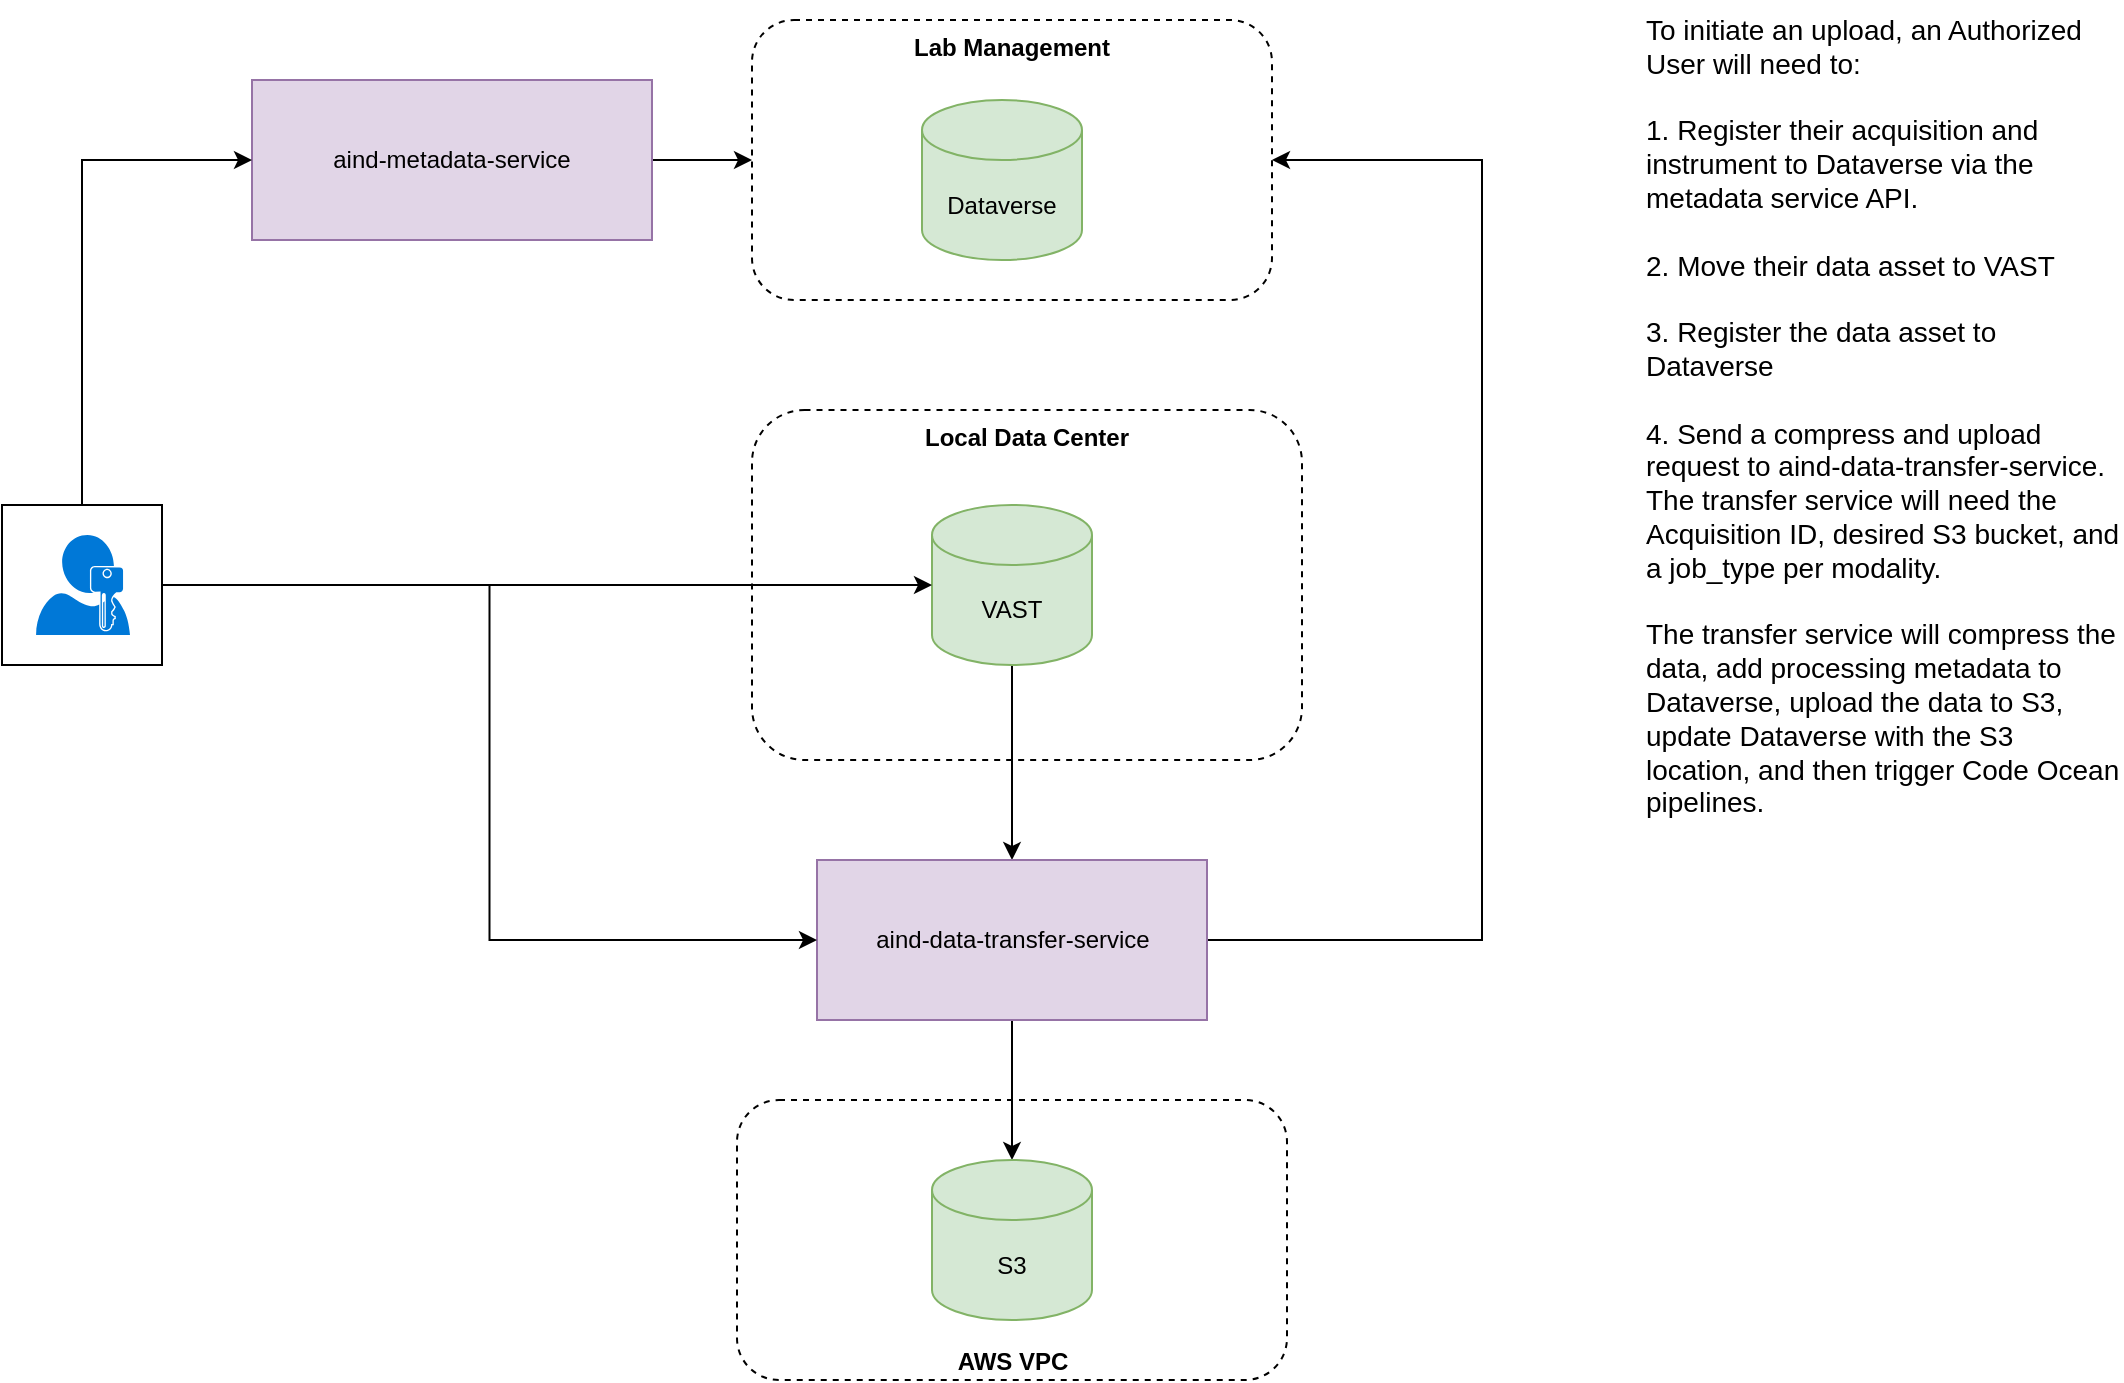
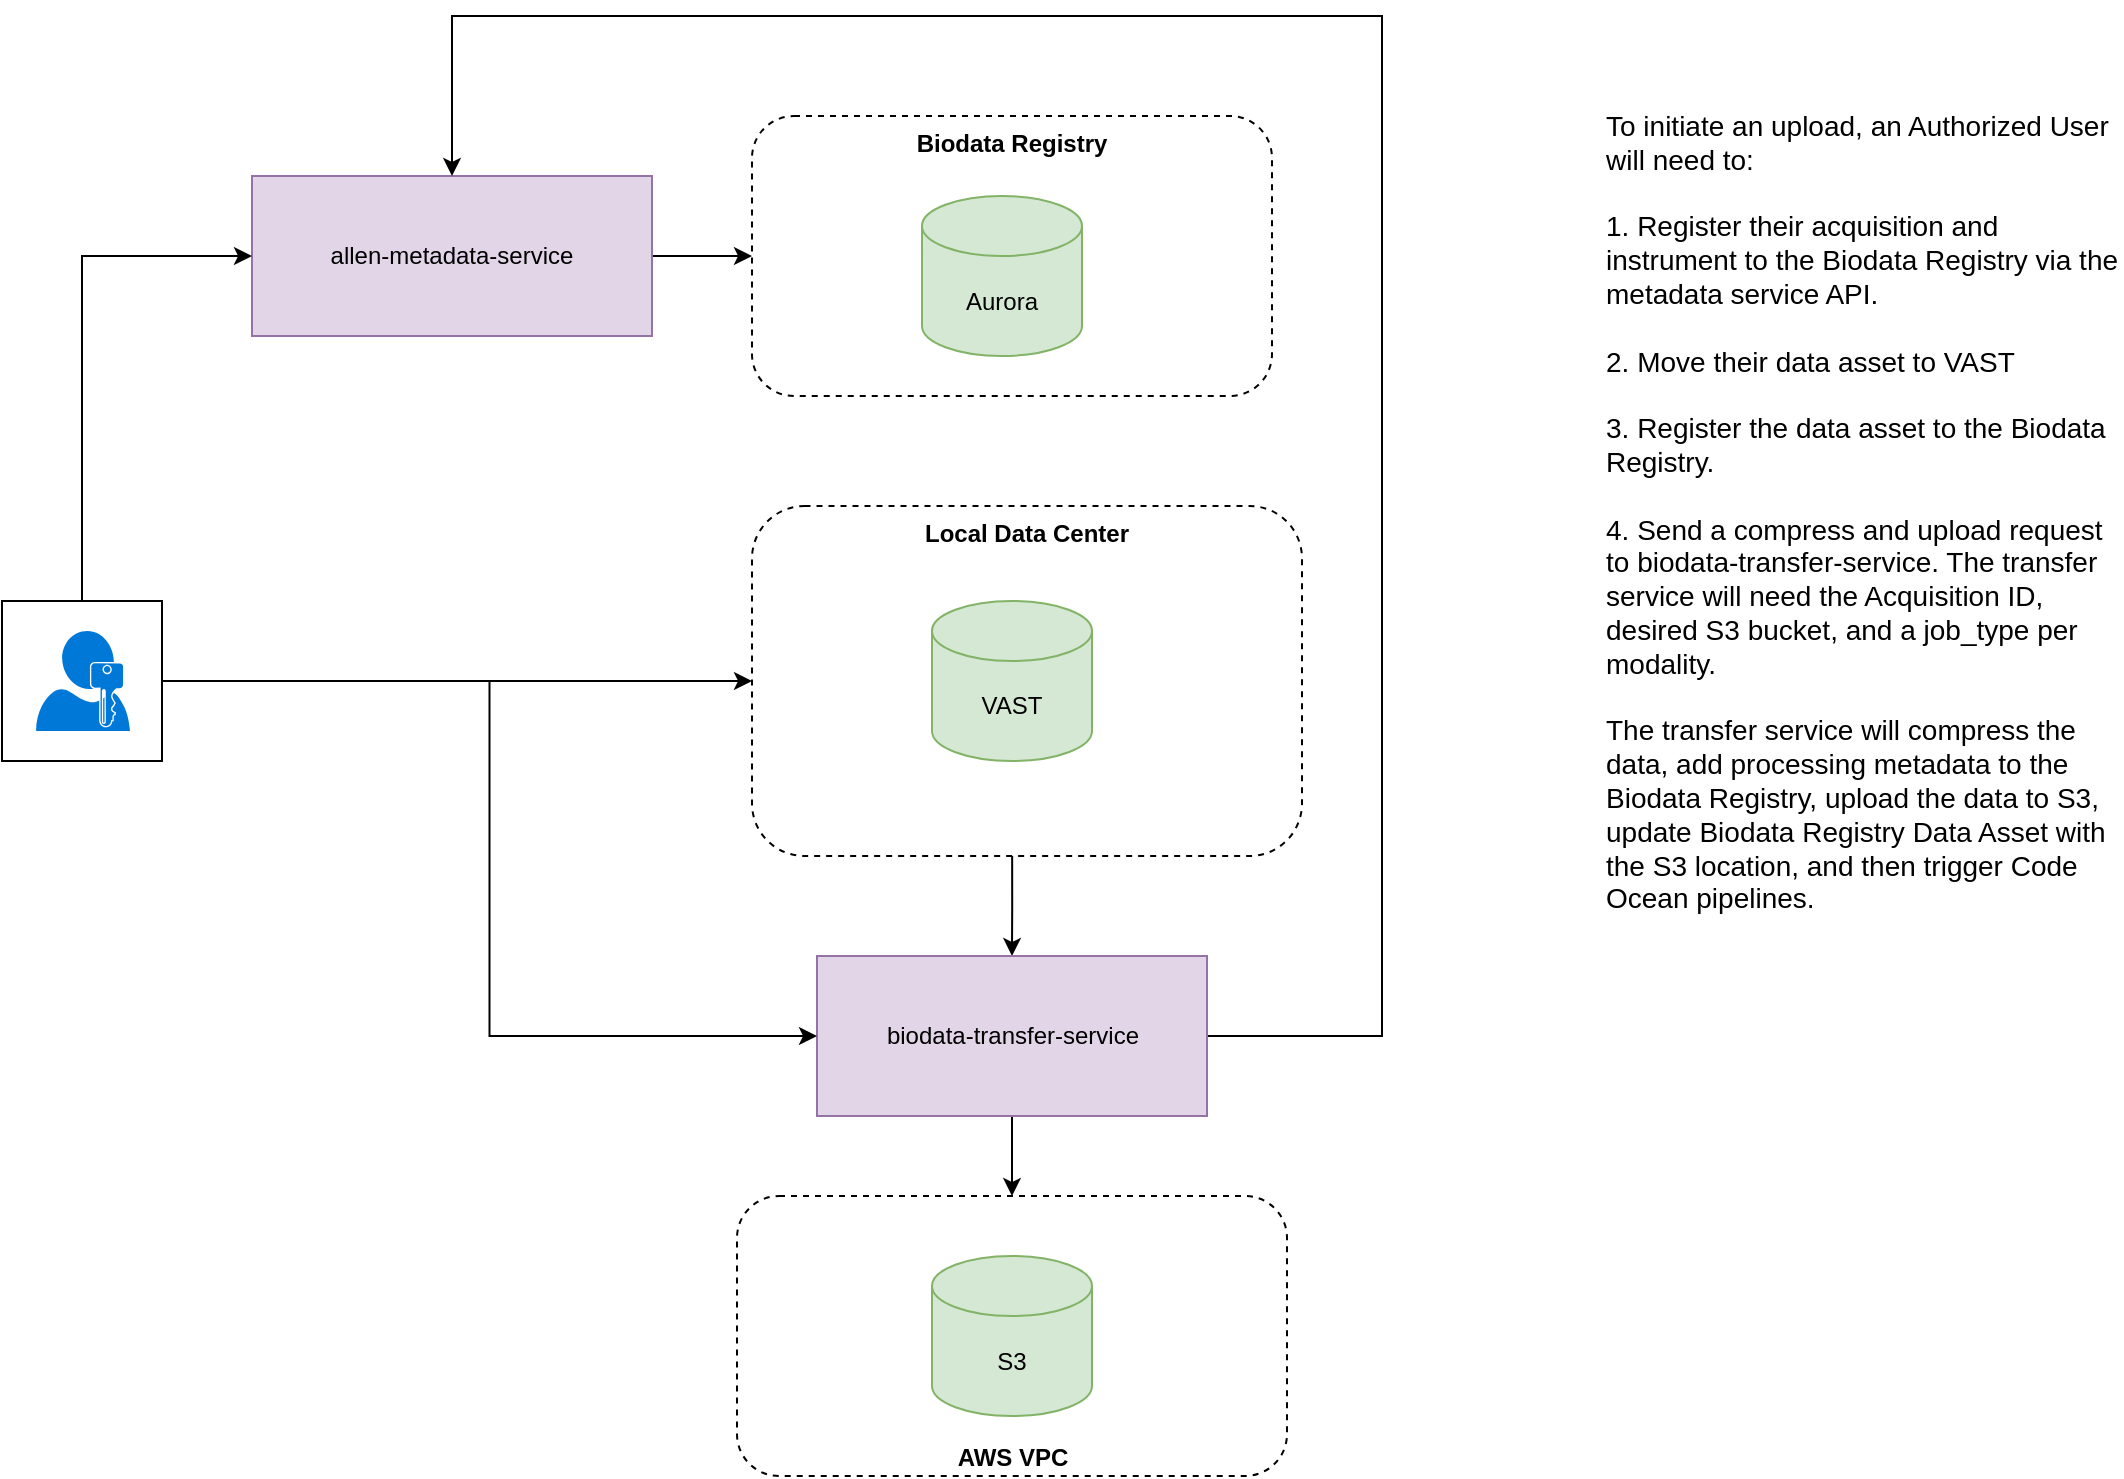
<mxfile host="app.diagrams.net" agent="Mozilla/5.0 (Windows NT 10.0; Win64; x64) AppleWebKit/537.36 (KHTML, like Gecko) draw.io/24.7.5 Chrome/126.0.6478.183 Electron/31.3.0 Safari/537.36">
  <diagram name="Overview" id="0rG7LOSmax6ssovm0o7B">
    <mxGraphModel dx="1781" dy="1753" grid="1" gridSize="10" guides="1" tooltips="1" connect="1" arrows="1" fold="1" page="1" pageScale="1" pageWidth="1200" pageHeight="800" math="0" shadow="0">
      <root>
        <mxCell id="SpeKbif7ejOxNLxw_tv2-0" />
        <mxCell id="SpeKbif7ejOxNLxw_tv2-1" parent="SpeKbif7ejOxNLxw_tv2-0" />
        <mxCell id="UL96ZQgQ9Tx9a3Nr9wBj-10" parent="SpeKbif7ejOxNLxw_tv2-1" style="rounded=1;whiteSpace=wrap;html=1;fillColor=default;dashed=1;verticalAlign=bottom;" value="&lt;b&gt;AWS VPC&lt;br&gt;&lt;/b&gt;" vertex="1">
          <mxGeometry height="140" width="275" x="467.5" y="-170" as="geometry" />
        </mxCell>
        <mxCell id="UL96ZQgQ9Tx9a3Nr9wBj-6" parent="SpeKbif7ejOxNLxw_tv2-1" style="rounded=1;whiteSpace=wrap;html=1;fillColor=default;dashed=1;verticalAlign=top;" value="&lt;b&gt;Local Data Center&lt;br&gt;&lt;/b&gt;" vertex="1">
          <mxGeometry height="175" width="275" x="475" y="-515" as="geometry" />
        </mxCell>
-         <mxCell id="UL96ZQgQ9Tx9a3Nr9wBj-13" edge="1" parent="SpeKbif7ejOxNLxw_tv2-1" source="pGpL98z0K4RyB47vs40O-42" style="edgeStyle=orthogonalEdgeStyle;rounded=0;orthogonalLoop=1;jettySize=auto;html=1;exitX=0.5;exitY=1;exitDx=0;exitDy=0;exitPerimeter=0;entryX=0.5;entryY=0;entryDx=0;entryDy=0;" target="UL96ZQgQ9Tx9a3Nr9wBj-9">
+         <mxCell id="UL96ZQgQ9Tx9a3Nr9wBj-13" edge="1" parent="SpeKbif7ejOxNLxw_tv2-1" source="UL96ZQgQ9Tx9a3Nr9wBj-6" style="edgeStyle=orthogonalEdgeStyle;rounded=0;orthogonalLoop=1;jettySize=auto;html=1;exitX=0.473;exitY=1;exitDx=0;exitDy=0;exitPerimeter=0;entryX=0.5;entryY=0;entryDx=0;entryDy=0;" target="UL96ZQgQ9Tx9a3Nr9wBj-9">
          <mxGeometry relative="1" as="geometry" />
        </mxCell>
        <mxCell id="pGpL98z0K4RyB47vs40O-42" parent="SpeKbif7ejOxNLxw_tv2-1" style="shape=cylinder3;whiteSpace=wrap;html=1;boundedLbl=1;backgroundOutline=1;size=15;fillColor=#d5e8d4;strokeColor=#82b366;" value="VAST" vertex="1">
          <mxGeometry height="80" width="80" x="565" y="-467.5" as="geometry" />
        </mxCell>
-         <mxCell id="UL96ZQgQ9Tx9a3Nr9wBj-0" parent="SpeKbif7ejOxNLxw_tv2-1" style="rounded=1;whiteSpace=wrap;html=1;fillColor=default;dashed=1;verticalAlign=top;" value="&lt;b&gt;Lab Management&lt;/b&gt;" vertex="1">
+         <mxCell id="UL96ZQgQ9Tx9a3Nr9wBj-0" parent="SpeKbif7ejOxNLxw_tv2-1" style="rounded=1;whiteSpace=wrap;html=1;fillColor=default;dashed=1;verticalAlign=top;" value="&lt;b&gt;Biodata Registry&lt;br&gt;&lt;/b&gt;" vertex="1">
          <mxGeometry height="140" width="260" x="475" y="-710" as="geometry" />
        </mxCell>
        <mxCell id="UL96ZQgQ9Tx9a3Nr9wBj-2" edge="1" parent="SpeKbif7ejOxNLxw_tv2-1" source="UL96ZQgQ9Tx9a3Nr9wBj-1" style="edgeStyle=orthogonalEdgeStyle;rounded=0;orthogonalLoop=1;jettySize=auto;html=1;exitX=1;exitY=0.5;exitDx=0;exitDy=0;entryX=0;entryY=0.5;entryDx=0;entryDy=0;" target="UL96ZQgQ9Tx9a3Nr9wBj-0">
          <mxGeometry relative="1" as="geometry" />
        </mxCell>
-         <mxCell id="UL96ZQgQ9Tx9a3Nr9wBj-1" parent="SpeKbif7ejOxNLxw_tv2-1" style="rounded=0;whiteSpace=wrap;html=1;fillColor=#e1d5e7;strokeColor=#9673a6;" value="aind‑metadata‑service" vertex="1">
+         <mxCell id="UL96ZQgQ9Tx9a3Nr9wBj-1" parent="SpeKbif7ejOxNLxw_tv2-1" style="rounded=0;whiteSpace=wrap;html=1;fillColor=#e1d5e7;strokeColor=#9673a6;" value="allen‑metadata‑service" vertex="1">
          <mxGeometry height="80" width="200" x="225" y="-680" as="geometry" />
        </mxCell>
        <mxCell id="UL96ZQgQ9Tx9a3Nr9wBj-5" connectable="0" parent="SpeKbif7ejOxNLxw_tv2-1" style="group" value="" vertex="1">
          <mxGeometry height="80" width="80" x="100" y="-467.5" as="geometry" />
        </mxCell>
        <mxCell id="UL96ZQgQ9Tx9a3Nr9wBj-4" parent="UL96ZQgQ9Tx9a3Nr9wBj-5" style="whiteSpace=wrap;html=1;aspect=fixed;" value="" vertex="1">
          <mxGeometry height="80" width="80" as="geometry" />
        </mxCell>
        <mxCell id="pGpL98z0K4RyB47vs40O-37" parent="UL96ZQgQ9Tx9a3Nr9wBj-5" style="sketch=0;aspect=fixed;pointerEvents=1;shadow=0;dashed=0;html=1;strokeColor=none;labelPosition=center;verticalLabelPosition=bottom;verticalAlign=top;align=center;shape=mxgraph.mscae.enterprise.user_permissions;fillColor=#0078D7;" value="" vertex="1">
          <mxGeometry height="50" width="47" x="17" y="15" as="geometry" />
        </mxCell>
-         <mxCell id="UL96ZQgQ9Tx9a3Nr9wBj-17" edge="1" parent="SpeKbif7ejOxNLxw_tv2-1" source="UL96ZQgQ9Tx9a3Nr9wBj-9" style="edgeStyle=orthogonalEdgeStyle;rounded=0;orthogonalLoop=1;jettySize=auto;html=1;exitX=0.5;exitY=1;exitDx=0;exitDy=0;" target="UL96ZQgQ9Tx9a3Nr9wBj-16">
+         <mxCell id="UL96ZQgQ9Tx9a3Nr9wBj-17" edge="1" parent="SpeKbif7ejOxNLxw_tv2-1" source="UL96ZQgQ9Tx9a3Nr9wBj-9" style="edgeStyle=orthogonalEdgeStyle;rounded=0;orthogonalLoop=1;jettySize=auto;html=1;exitX=0.5;exitY=1;exitDx=0;exitDy=0;entryX=0.5;entryY=0;entryDx=0;entryDy=0;" target="UL96ZQgQ9Tx9a3Nr9wBj-10">
          <mxGeometry relative="1" as="geometry" />
        </mxCell>
-         <mxCell id="UL96ZQgQ9Tx9a3Nr9wBj-20" edge="1" parent="SpeKbif7ejOxNLxw_tv2-1" source="UL96ZQgQ9Tx9a3Nr9wBj-9" style="edgeStyle=orthogonalEdgeStyle;rounded=0;orthogonalLoop=1;jettySize=auto;html=1;exitX=1;exitY=0.5;exitDx=0;exitDy=0;entryX=1;entryY=0.5;entryDx=0;entryDy=0;" target="UL96ZQgQ9Tx9a3Nr9wBj-0">
+         <mxCell id="WYjFIrughrLE78L4_66T-0" edge="1" parent="SpeKbif7ejOxNLxw_tv2-1" source="UL96ZQgQ9Tx9a3Nr9wBj-9" style="edgeStyle=orthogonalEdgeStyle;rounded=0;orthogonalLoop=1;jettySize=auto;html=1;exitX=1;exitY=0.5;exitDx=0;exitDy=0;entryX=0.5;entryY=0;entryDx=0;entryDy=0;" target="UL96ZQgQ9Tx9a3Nr9wBj-1">
          <mxGeometry relative="1" as="geometry">
            <Array as="points">
-               <mxPoint x="840" y="-250" />
-               <mxPoint x="840" y="-640" />
+               <mxPoint x="790" y="-250" />
+               <mxPoint x="790" y="-760" />
+               <mxPoint x="325" y="-760" />
            </Array>
          </mxGeometry>
        </mxCell>
-         <mxCell id="UL96ZQgQ9Tx9a3Nr9wBj-9" parent="SpeKbif7ejOxNLxw_tv2-1" style="rounded=0;whiteSpace=wrap;html=1;fillColor=#e1d5e7;strokeColor=#9673a6;" value="aind‑data‑transfer-service" vertex="1">
+         <mxCell id="UL96ZQgQ9Tx9a3Nr9wBj-9" parent="SpeKbif7ejOxNLxw_tv2-1" style="rounded=0;whiteSpace=wrap;html=1;fillColor=#e1d5e7;strokeColor=#9673a6;" value="biodata‑transfer-service" vertex="1">
          <mxGeometry height="80" width="195" x="507.5" y="-290" as="geometry" />
        </mxCell>
        <mxCell id="UL96ZQgQ9Tx9a3Nr9wBj-11" edge="1" parent="SpeKbif7ejOxNLxw_tv2-1" source="UL96ZQgQ9Tx9a3Nr9wBj-4" style="edgeStyle=orthogonalEdgeStyle;rounded=0;orthogonalLoop=1;jettySize=auto;html=1;exitX=0.5;exitY=0;exitDx=0;exitDy=0;entryX=0;entryY=0.5;entryDx=0;entryDy=0;" target="UL96ZQgQ9Tx9a3Nr9wBj-1">
          <mxGeometry relative="1" as="geometry" />
        </mxCell>
-         <mxCell id="UL96ZQgQ9Tx9a3Nr9wBj-12" edge="1" parent="SpeKbif7ejOxNLxw_tv2-1" source="UL96ZQgQ9Tx9a3Nr9wBj-4" style="edgeStyle=orthogonalEdgeStyle;rounded=0;orthogonalLoop=1;jettySize=auto;html=1;exitX=1;exitY=0.5;exitDx=0;exitDy=0;entryX=0;entryY=0.5;entryDx=0;entryDy=0;entryPerimeter=0;" target="pGpL98z0K4RyB47vs40O-42">
-           <mxGeometry relative="1" as="geometry" />
+         <mxCell id="UL96ZQgQ9Tx9a3Nr9wBj-12" edge="1" parent="SpeKbif7ejOxNLxw_tv2-1" source="UL96ZQgQ9Tx9a3Nr9wBj-4" style="edgeStyle=orthogonalEdgeStyle;rounded=0;orthogonalLoop=1;jettySize=auto;html=1;exitX=1;exitY=0.5;exitDx=0;exitDy=0;entryX=0;entryY=0.5;entryDx=0;entryDy=0;" target="UL96ZQgQ9Tx9a3Nr9wBj-6">
+           <mxGeometry relative="1" as="geometry">
+             <mxPoint x="470" y="-427" as="targetPoint" />
+           </mxGeometry>
        </mxCell>
-         <mxCell id="UL96ZQgQ9Tx9a3Nr9wBj-15" parent="SpeKbif7ejOxNLxw_tv2-1" style="shape=cylinder3;whiteSpace=wrap;html=1;boundedLbl=1;backgroundOutline=1;size=15;fillColor=#d5e8d4;strokeColor=#82b366;" value="Dataverse" vertex="1">
+         <mxCell id="UL96ZQgQ9Tx9a3Nr9wBj-15" parent="SpeKbif7ejOxNLxw_tv2-1" style="shape=cylinder3;whiteSpace=wrap;html=1;boundedLbl=1;backgroundOutline=1;size=15;fillColor=#d5e8d4;strokeColor=#82b366;" value="Aurora" vertex="1">
          <mxGeometry height="80" width="80" x="560" y="-670" as="geometry" />
        </mxCell>
        <mxCell id="UL96ZQgQ9Tx9a3Nr9wBj-16" parent="SpeKbif7ejOxNLxw_tv2-1" style="shape=cylinder3;whiteSpace=wrap;html=1;boundedLbl=1;backgroundOutline=1;size=15;fillColor=#d5e8d4;strokeColor=#82b366;" value="S3" vertex="1">
          <mxGeometry height="80" width="80" x="565" y="-140" as="geometry" />
        </mxCell>
        <mxCell id="UL96ZQgQ9Tx9a3Nr9wBj-18" edge="1" parent="SpeKbif7ejOxNLxw_tv2-1" source="UL96ZQgQ9Tx9a3Nr9wBj-4" style="edgeStyle=orthogonalEdgeStyle;rounded=0;orthogonalLoop=1;jettySize=auto;html=1;exitX=1;exitY=0.5;exitDx=0;exitDy=0;entryX=0;entryY=0.5;entryDx=0;entryDy=0;" target="UL96ZQgQ9Tx9a3Nr9wBj-9">
          <mxGeometry relative="1" as="geometry" />
        </mxCell>
-         <mxCell id="UL96ZQgQ9Tx9a3Nr9wBj-19" parent="SpeKbif7ejOxNLxw_tv2-1" style="text;html=1;whiteSpace=wrap;strokeColor=none;fillColor=none;align=left;verticalAlign=top;rounded=0;fontSize=14;" value="&lt;div&gt;To initiate an upload, an Authorized User will need to:&lt;/div&gt;&lt;div&gt;&lt;br&gt;&lt;/div&gt;&lt;div&gt;1. Register their acquisition and instrument to Dataverse via the metadata service API.&lt;/div&gt;&lt;div&gt;&lt;br&gt;&lt;/div&gt;&lt;div&gt;2. Move their data asset to VAST&lt;/div&gt;&lt;div&gt;&lt;br&gt;&lt;/div&gt;&lt;div&gt;3. Register the data asset to Dataverse&lt;/div&gt;&lt;div&gt;&lt;br&gt;&lt;/div&gt;&lt;div&gt;4. Send a compress and upload request to aind‑data‑transfer-service. The transfer service will need the Acquisition ID, desired S3 bucket, and a job_type per modality.&lt;/div&gt;&lt;div&gt;&lt;br&gt;&lt;/div&gt;&lt;div&gt;The transfer service will compress the data, add processing metadata to Dataverse, upload the data to S3, update Dataverse with the S3 location, and then trigger Code Ocean pipelines. &lt;/div&gt;" vertex="1">
-           <mxGeometry height="630" width="240" x="920" y="-720" as="geometry" />
+         <mxCell id="UL96ZQgQ9Tx9a3Nr9wBj-19" parent="SpeKbif7ejOxNLxw_tv2-1" style="text;html=1;whiteSpace=wrap;strokeColor=none;fillColor=none;align=left;verticalAlign=top;rounded=0;fontSize=14;" value="&lt;div&gt;To initiate an upload, an Authorized User will need to:&lt;/div&gt;&lt;div&gt;&lt;br&gt;&lt;/div&gt;&lt;div&gt;1. Register their acquisition and instrument to the Biodata Registry via the metadata service API.&lt;/div&gt;&lt;div&gt;&lt;br&gt;&lt;/div&gt;&lt;div&gt;2. Move their data asset to VAST&lt;/div&gt;&lt;div&gt;&lt;br&gt;&lt;/div&gt;&lt;div&gt;3. Register the data asset to the Biodata Registry.&lt;br&gt;&lt;/div&gt;&lt;div&gt;&lt;br&gt;&lt;/div&gt;&lt;div&gt;4. Send a compress and upload request to biodata‑transfer-service. The transfer service will need the Acquisition ID, desired S3 bucket, and a job_type per modality.&lt;/div&gt;&lt;div&gt;&lt;br&gt;&lt;/div&gt;&lt;div&gt;The transfer service will compress the data, add processing metadata to the Biodata Registry, upload the data to S3, update Biodata Registry Data Asset with the S3 location, and then trigger Code Ocean pipelines. &lt;/div&gt;" vertex="1">
+           <mxGeometry height="630" width="260" x="900" y="-720" as="geometry" />
        </mxCell>
      </root>
    </mxGraphModel>
  </diagram>
</mxfile>
